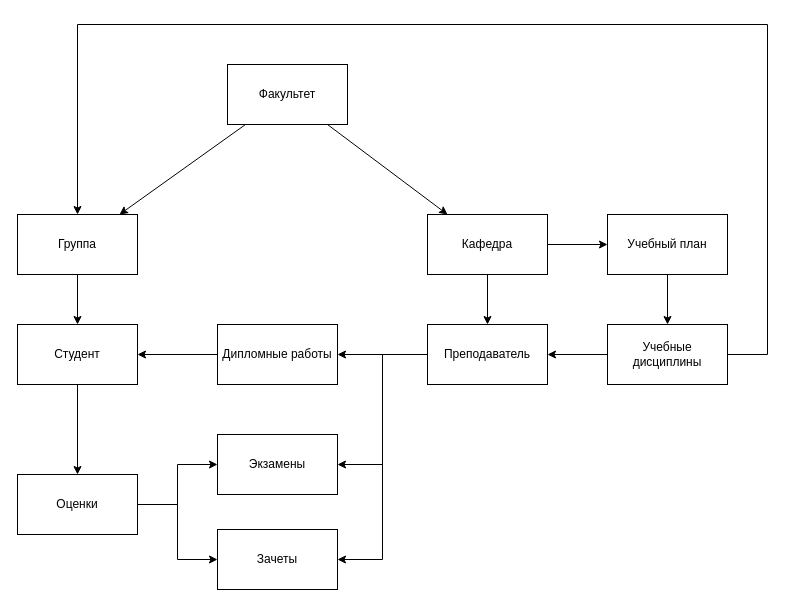
Before: Prototyping.drawio in MrFireDeN/University-Information-System, a draw.io diagram. Source tidied: cells renumbered, new cells numbered last; positions are measured from the earlier drawing's top-left corner, leaving out a move shared by most shapes. Both pictures are drawn from the tidied source at 100%, with x=0, y=0 at pixel (17, 24).
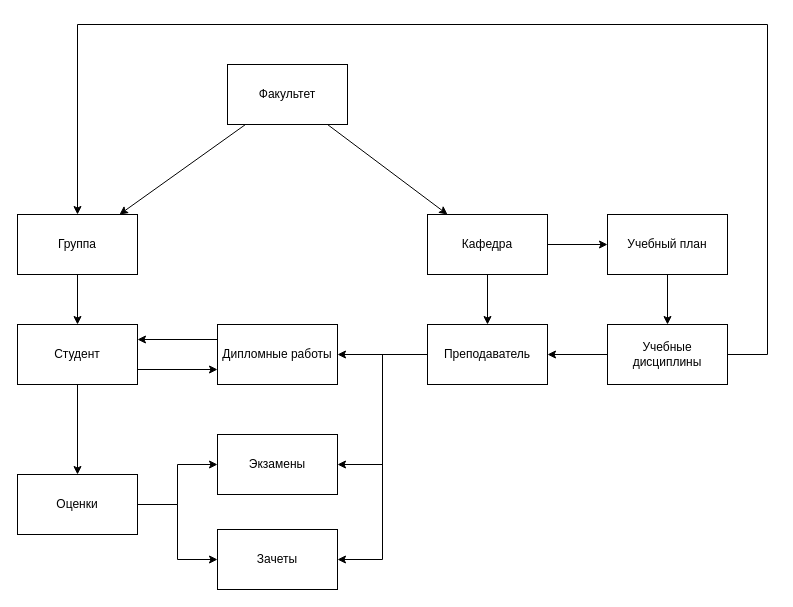
The same page after the edit.

Commit message:
docs: добавлена связь со студентом и дипломной работой

Unchanged cells that the change refers to:
```xml
<mxCell id="8" value="Студент" style="rounded=0;whiteSpace=wrap;html=1;" parent="1" vertex="1">
  <mxGeometry y="300" width="120" height="60" as="geometry" />
</mxCell>
<mxCell id="24" value="Дипломные работы" style="rounded=0;whiteSpace=wrap;html=1;" parent="1" vertex="1">
  <mxGeometry x="200" y="300" width="120" height="60" as="geometry" />
</mxCell>
```

The edit, as a diff of the source:
```diff
@@
+    <mxCell id="28" style="edgeStyle=orthogonalEdgeStyle;rounded=0;jettySize=auto;html=1;exitX=1;exitY=0.75;exitDx=0;exitDy=0;entryX=0;entryY=0.75;entryDx=0;entryDy=0;" parent="1" edge="1" source="8" target="24">
+      <mxGeometry relative="1" as="geometry" />
+    </mxCell>
@@
-    <mxCell id="23" style="edgeStyle=orthogonalEdgeStyle;rounded=0;jettySize=auto;html=1;entryX=1;entryY=0.5;entryDx=0;entryDy=0;" parent="1" edge="1" source="24" target="8">
+    <mxCell id="23" style="edgeStyle=orthogonalEdgeStyle;rounded=0;jettySize=auto;html=1;entryX=1;entryY=0.25;entryDx=0;entryDy=0;exitX=0;exitY=0.25;exitDx=0;exitDy=0;" parent="1" edge="1" source="24" target="8">
       <mxGeometry relative="1" as="geometry" />
     </mxCell>
```
